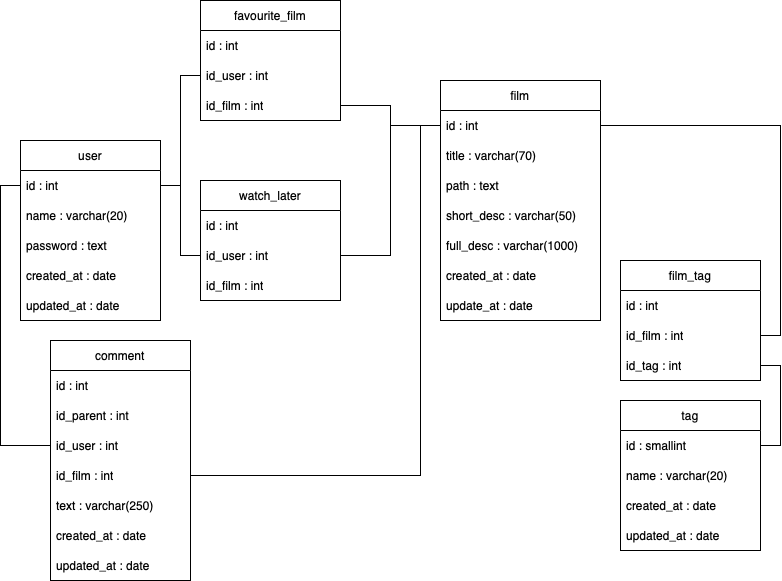
FilipSankowski/film_app keeps this draw.io diagram as _plan/database_plan.drawio.png. Above is the earlier version. Source tidied: cells renumbered, new cells last; positions are measured from the earlier drawing's top-left corner, leaving out a move shared by most shapes.
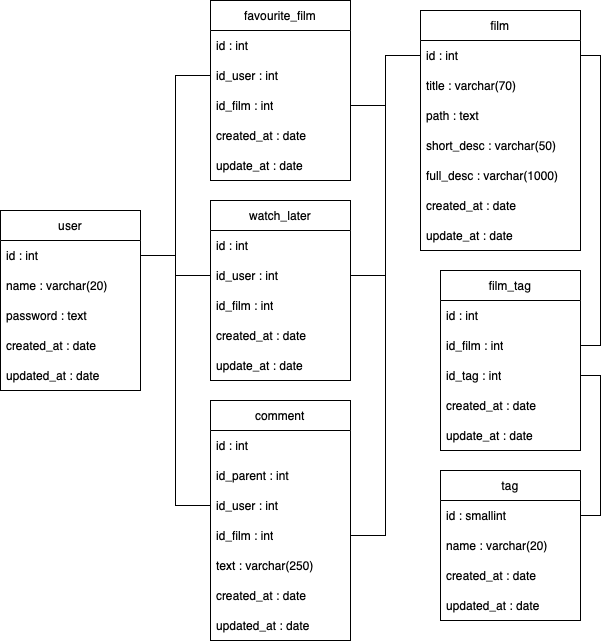
The same file after the commit.

Commit message:
updated database plan once again

Diff of the diagram source:
```diff
@@ -3,7 +3,7 @@
     <mxCell id="0" />
     <mxCell id="1" parent="0" />
     <mxCell id="2" value="user" style="swimlane;fontStyle=0;horizontal=1;startSize=30;whiteSpace=wrap;html=1;" parent="1" vertex="1">
-      <mxGeometry y="140" width="140" height="180" as="geometry" />
+      <mxGeometry y="200" width="140" height="180" as="geometry" />
     </mxCell>
     <mxCell id="3" value="id : int" style="text;strokeColor=none;fillColor=none;align=left;verticalAlign=middle;spacingLeft=4;spacingRight=4;overflow=hidden;points=[[0,0.5],[1,0.5]];portConstraint=eastwest;whiteSpace=wrap;html=1;" parent="2" vertex="1">
       <mxGeometry y="30" width="140" height="30" as="geometry" />
@@ -21,7 +21,7 @@
       <mxGeometry y="150" width="140" height="30" as="geometry" />
     </mxCell>
     <mxCell id="8" value="tag" style="swimlane;fontStyle=0;horizontal=1;startSize=30;whiteSpace=wrap;html=1;" parent="1" vertex="1">
-      <mxGeometry x="600" y="400" width="140" height="150" as="geometry" />
+      <mxGeometry x="440" y="460" width="140" height="150" as="geometry" />
     </mxCell>
     <mxCell id="9" value="id : smallint" style="text;strokeColor=none;fillColor=none;align=left;verticalAlign=middle;spacingLeft=4;spacingRight=4;overflow=hidden;points=[[0,0.5],[1,0.5]];portConstraint=eastwest;whiteSpace=wrap;html=1;" parent="8" vertex="1">
       <mxGeometry y="30" width="140" height="30" as="geometry" />
@@ -36,7 +36,7 @@
       <mxGeometry y="120" width="140" height="30" as="geometry" />
     </mxCell>
     <mxCell id="13" value="film" style="swimlane;fontStyle=0;horizontal=1;startSize=30;whiteSpace=wrap;html=1;" parent="1" vertex="1">
-      <mxGeometry x="420" y="80" width="160" height="240" as="geometry" />
+      <mxGeometry x="420" width="160" height="240" as="geometry" />
     </mxCell>
     <mxCell id="14" value="id : int" style="text;strokeColor=none;fillColor=none;align=left;verticalAlign=middle;spacingLeft=4;spacingRight=4;overflow=hidden;points=[[0,0.5],[1,0.5]];portConstraint=eastwest;whiteSpace=wrap;html=1;" parent="13" vertex="1">
       <mxGeometry y="30" width="160" height="30" as="geometry" />
@@ -60,7 +60,7 @@
       <mxGeometry y="210" width="160" height="30" as="geometry" />
     </mxCell>
     <mxCell id="21" value="comment" style="swimlane;fontStyle=0;horizontal=1;startSize=30;whiteSpace=wrap;html=1;" parent="1" vertex="1">
-      <mxGeometry x="30" y="340" width="140" height="240" as="geometry" />
+      <mxGeometry x="210" y="390" width="140" height="240" as="geometry" />
     </mxCell>
     <mxCell id="22" value="id : int" style="text;strokeColor=none;fillColor=none;align=left;verticalAlign=middle;spacingLeft=4;spacingRight=4;overflow=hidden;whiteSpace=wrap;html=1;" parent="21" vertex="1">
       <mxGeometry y="30" width="140" height="30" as="geometry" />
@@ -84,7 +84,7 @@
       <mxGeometry y="210" width="140" height="30" as="geometry" />
     </mxCell>
     <mxCell id="29" value="favourite_film" style="swimlane;fontStyle=0;horizontal=1;startSize=30;whiteSpace=wrap;html=1;" parent="1" vertex="1">
-      <mxGeometry x="180" width="140" height="120" as="geometry" />
+      <mxGeometry x="210" y="-10" width="140" height="180" as="geometry" />
     </mxCell>
     <mxCell id="30" value="id : int" style="text;strokeColor=none;fillColor=none;align=left;verticalAlign=middle;spacingLeft=4;spacingRight=4;overflow=hidden;whiteSpace=wrap;html=1;" parent="29" vertex="1">
       <mxGeometry y="30" width="140" height="30" as="geometry" />
@@ -95,14 +95,17 @@
     <mxCell id="32" value="id_film : int" style="text;strokeColor=none;fillColor=none;align=left;verticalAlign=middle;spacingLeft=4;spacingRight=4;overflow=hidden;points=[[0,0.5],[1,0.5]];portConstraint=eastwest;whiteSpace=wrap;html=1;" parent="29" vertex="1">
       <mxGeometry y="90" width="140" height="30" as="geometry" />
     </mxCell>
+    <mxCell id="49" value="created_at : date" style="text;strokeColor=none;fillColor=none;align=left;verticalAlign=middle;spacingLeft=4;spacingRight=4;overflow=hidden;whiteSpace=wrap;html=1;" parent="29" vertex="1">
+      <mxGeometry y="120" width="140" height="30" as="geometry" />
+    </mxCell>
+    <mxCell id="50" value="update_at : date" style="text;strokeColor=none;fillColor=none;align=left;verticalAlign=middle;spacingLeft=4;spacingRight=4;overflow=hidden;whiteSpace=wrap;html=1;" parent="29" vertex="1">
+      <mxGeometry y="150" width="140" height="30" as="geometry" />
+    </mxCell>
     <mxCell id="33" style="edgeStyle=orthogonalEdgeStyle;rounded=0;jettySize=auto;html=1;exitX=1;exitY=0.5;exitDx=0;exitDy=0;entryX=0;entryY=0.5;entryDx=0;entryDy=0;endArrow=none;endFill=0;startArrow=none;startFill=0;" parent="1" edge="1" source="3" target="31">
       <mxGeometry relative="1" as="geometry" />
     </mxCell>
-    <mxCell id="34" style="edgeStyle=orthogonalEdgeStyle;rounded=0;jettySize=auto;html=1;exitX=0;exitY=0.5;exitDx=0;exitDy=0;entryX=0;entryY=0.5;entryDx=0;entryDy=0;endArrow=none;endFill=0;" parent="1" edge="1" source="24" target="3">
-      <mxGeometry relative="1" as="geometry" />
-    </mxCell>
     <mxCell id="35" value="watch_later" style="swimlane;fontStyle=0;horizontal=1;startSize=30;whiteSpace=wrap;html=1;" parent="1" vertex="1">
-      <mxGeometry x="180" y="180" width="140" height="120" as="geometry" />
+      <mxGeometry x="210" y="190" width="140" height="180" as="geometry" />
     </mxCell>
     <mxCell id="36" value="id : int" style="text;strokeColor=none;fillColor=none;align=left;verticalAlign=middle;spacingLeft=4;spacingRight=4;overflow=hidden;whiteSpace=wrap;html=1;" parent="35" vertex="1">
       <mxGeometry y="30" width="140" height="30" as="geometry" />
@@ -113,11 +116,17 @@
     <mxCell id="38" value="id_film : int" style="text;strokeColor=none;fillColor=none;align=left;verticalAlign=middle;spacingLeft=4;spacingRight=4;overflow=hidden;whiteSpace=wrap;html=1;" parent="35" vertex="1">
       <mxGeometry y="90" width="140" height="30" as="geometry" />
     </mxCell>
+    <mxCell id="51" value="created_at : date" style="text;strokeColor=none;fillColor=none;align=left;verticalAlign=middle;spacingLeft=4;spacingRight=4;overflow=hidden;whiteSpace=wrap;html=1;" parent="35" vertex="1">
+      <mxGeometry y="120" width="140" height="30" as="geometry" />
+    </mxCell>
+    <mxCell id="52" value="update_at : date" style="text;strokeColor=none;fillColor=none;align=left;verticalAlign=middle;spacingLeft=4;spacingRight=4;overflow=hidden;whiteSpace=wrap;html=1;" parent="35" vertex="1">
+      <mxGeometry y="150" width="140" height="30" as="geometry" />
+    </mxCell>
     <mxCell id="39" style="edgeStyle=orthogonalEdgeStyle;rounded=0;jettySize=auto;html=1;exitX=1;exitY=0.5;exitDx=0;exitDy=0;entryX=0;entryY=0.5;entryDx=0;entryDy=0;endArrow=none;endFill=0;" parent="1" edge="1" source="3" target="37">
       <mxGeometry relative="1" as="geometry" />
     </mxCell>
     <mxCell id="40" value="film_tag" style="swimlane;fontStyle=0;horizontal=1;startSize=30;whiteSpace=wrap;html=1;" parent="1" vertex="1">
-      <mxGeometry x="600" y="260" width="140" height="120" as="geometry" />
+      <mxGeometry x="440" y="260" width="140" height="180" as="geometry" />
     </mxCell>
     <mxCell id="41" value="id : int" style="text;strokeColor=none;fillColor=none;align=left;verticalAlign=middle;spacingLeft=4;spacingRight=4;overflow=hidden;whiteSpace=wrap;html=1;" parent="40" vertex="1">
       <mxGeometry y="30" width="140" height="30" as="geometry" />
@@ -128,14 +137,12 @@
     <mxCell id="43" value="id_tag : int" style="text;strokeColor=none;fillColor=none;align=left;verticalAlign=middle;spacingLeft=4;spacingRight=4;overflow=hidden;points=[[0,0.5],[1,0.5]];portConstraint=eastwest;whiteSpace=wrap;html=1;" parent="40" vertex="1">
       <mxGeometry y="90" width="140" height="30" as="geometry" />
     </mxCell>
-    <mxCell id="44" style="edgeStyle=orthogonalEdgeStyle;rounded=0;jettySize=auto;html=1;exitX=1;exitY=0.5;exitDx=0;exitDy=0;endArrow=none;endFill=0;entryX=0;entryY=0.5;entryDx=0;entryDy=0;" parent="1" edge="1" source="25" target="14">
-      <mxGeometry relative="1" as="geometry">
-        <Array as="points">
-          <mxPoint x="400" y="475" />
-          <mxPoint x="400" y="125" />
-        </Array>
-      </mxGeometry>
-    </mxCell>
+    <mxCell id="53" value="created_at : date" style="text;strokeColor=none;fillColor=none;align=left;verticalAlign=middle;spacingLeft=4;spacingRight=4;overflow=hidden;whiteSpace=wrap;html=1;" parent="40" vertex="1">
+      <mxGeometry y="120" width="140" height="30" as="geometry" />
+    </mxCell>
+    <mxCell id="54" value="update_at : date" style="text;strokeColor=none;fillColor=none;align=left;verticalAlign=middle;spacingLeft=4;spacingRight=4;overflow=hidden;whiteSpace=wrap;html=1;" parent="40" vertex="1">
+      <mxGeometry y="150" width="140" height="30" as="geometry" />
+    </mxCell>
     <mxCell id="45" style="edgeStyle=orthogonalEdgeStyle;rounded=0;jettySize=auto;html=1;exitX=1;exitY=0.5;exitDx=0;exitDy=0;entryX=0;entryY=0.5;entryDx=0;entryDy=0;endArrow=none;endFill=0;" parent="1" edge="1" source="37" target="14">
       <mxGeometry relative="1" as="geometry" />
     </mxCell>
@@ -148,5 +155,11 @@
     <mxCell id="48" style="edgeStyle=orthogonalEdgeStyle;rounded=0;jettySize=auto;html=1;exitX=1;exitY=0.5;exitDx=0;exitDy=0;entryX=1;entryY=0.5;entryDx=0;entryDy=0;endArrow=none;endFill=0;" parent="1" edge="1" source="9" target="43">
       <mxGeometry relative="1" as="geometry" />
     </mxCell>
+    <mxCell id="55" style="edgeStyle=orthogonalEdgeStyle;rounded=0;jettySize=auto;html=1;exitX=1;exitY=0.5;exitDx=0;exitDy=0;entryX=0;entryY=0.5;entryDx=0;entryDy=0;endArrow=none;endFill=0;" parent="1" edge="1" source="3" target="24">
+      <mxGeometry relative="1" as="geometry" />
+    </mxCell>
+    <mxCell id="56" style="edgeStyle=orthogonalEdgeStyle;rounded=0;jettySize=auto;html=1;exitX=0;exitY=0.5;exitDx=0;exitDy=0;entryX=1;entryY=0.5;entryDx=0;entryDy=0;endArrow=none;endFill=0;" parent="1" edge="1" source="14" target="25">
+      <mxGeometry relative="1" as="geometry" />
+    </mxCell>
   </root>
 </mxGraphModel>
```
